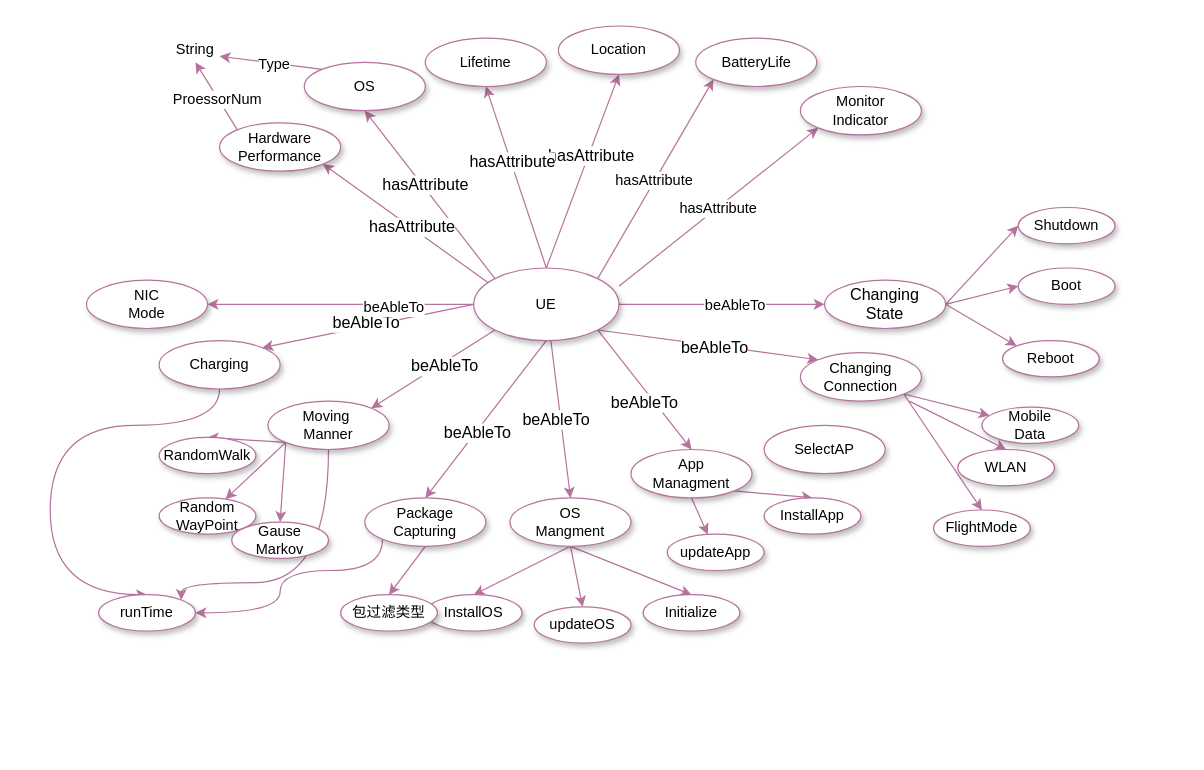
The draw.io diagram page "Page-3" (3 of 3) of 描述语言RDF图.drawio in Icarus1994/neutron_conf, before the edit. Source tidied: cells renumbered, new cells numbered last; positions are measured from the earlier drawing's top-left corner, leaving out a move shared by most shapes. Both pictures are drawn from the tidied source at 121%, with x=0, y=0 at pixel (50, 25).
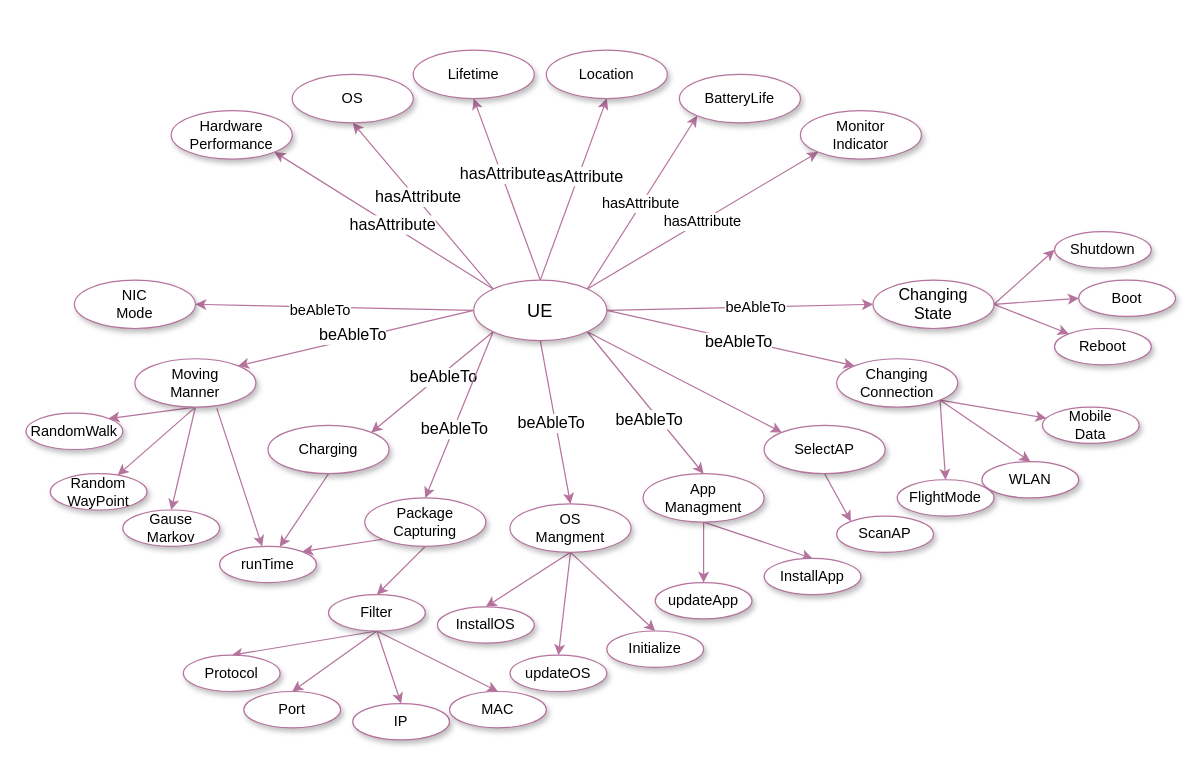
The same diagram, later.

Commit message (it also covers changes not shown here):
Update 描述语言RDF图.drawio

Unchanged cells that the change refers to:
```xml
<mxCell id="46" value="Package&lt;br&gt;Capturing" style="ellipse;whiteSpace=wrap;html=1;align=center;shadow=1;fillColor=#FFFFFF;strokeColor=#B5739D;" parent="1" vertex="1">
  <mxGeometry x="260" y="390" width="100" height="40" as="geometry" />
</mxCell>
<mxCell id="83" value="SelectAP" style="ellipse;whiteSpace=wrap;html=1;align=center;shadow=1;fillColor=#FFFFFF;strokeColor=#B5739D;" parent="1" vertex="1">
  <mxGeometry x="590" y="330" width="100" height="40" as="geometry" />
</mxCell>
```

Change to the diagram source:
```diff
@@
-    <mxCell id="2" style="rounded=0;jettySize=auto;html=1;exitX=1;exitY=0.25;exitDx=0;exitDy=0;entryX=0;entryY=1;entryDx=0;entryDy=0;strokeColor=#B5739D;exitPerimeter=0;" parent="1" edge="1" source="30" target="37">
+    <mxCell id="2" style="rounded=0;jettySize=auto;html=1;exitX=1;exitY=0;exitDx=0;exitDy=0;entryX=0;entryY=1;entryDx=0;entryDy=0;strokeColor=#B5739D;" parent="1" edge="1" source="30" target="37">
       <mxGeometry relative="1" as="geometry" />
     </mxCell>
@@
-    <mxCell id="12" style="edgeStyle=none;rounded=0;jettySize=auto;html=1;exitX=0.098;exitY=0.199;exitDx=0;exitDy=0;entryX=1;entryY=1;entryDx=0;entryDy=0;strokeColor=#B5739D;exitPerimeter=0;" parent="1" edge="1" source="30" target="33">
+    <mxCell id="12" style="edgeStyle=none;rounded=0;jettySize=auto;html=1;exitX=0;exitY=0;exitDx=0;exitDy=0;entryX=1;entryY=1;entryDx=0;entryDy=0;strokeColor=#B5739D;" parent="1" edge="1" source="30" target="33">
       <mxGeometry relative="1" as="geometry" />
     </mxCell>
@@
-    <mxCell id="14" style="edgeStyle=none;rounded=0;jettySize=auto;html=1;entryX=0.5;entryY=0;entryDx=0;entryDy=0;strokeColor=#B5739D;" parent="1" edge="1" source="30" target="58">
+    <mxCell id="14" style="edgeStyle=none;rounded=0;jettySize=auto;html=1;entryX=0.5;entryY=0;entryDx=0;entryDy=0;strokeColor=#B5739D;exitX=0.5;exitY=1;exitDx=0;exitDy=0;" parent="1" edge="1" source="30" target="58">
       <mxGeometry relative="1" as="geometry" />
     </mxCell>
@@
-    <mxCell id="22" style="edgeStyle=none;rounded=0;jettySize=auto;html=1;exitX=1;exitY=1;exitDx=0;exitDy=0;entryX=0;entryY=0;entryDx=0;entryDy=0;strokeColor=#B5739D;" parent="1" edge="1" source="30" target="62">
+    <mxCell id="22" style="edgeStyle=none;rounded=0;jettySize=auto;html=1;exitX=1;exitY=0.5;exitDx=0;exitDy=0;entryX=0;entryY=0;entryDx=0;entryDy=0;strokeColor=#B5739D;" parent="1" edge="1" source="30" target="62">
       <mxGeometry relative="1" as="geometry" />
     </mxCell>
@@
-    <mxCell id="24" style="edgeStyle=none;rounded=0;jettySize=auto;html=1;entryX=0.5;entryY=0;entryDx=0;entryDy=0;strokeColor=#B5739D;exitX=0.5;exitY=1;exitDx=0;exitDy=0;" parent="1" edge="1" source="30" target="46">
+    <mxCell id="24" style="edgeStyle=none;rounded=0;jettySize=auto;html=1;entryX=0.5;entryY=0;entryDx=0;entryDy=0;strokeColor=#B5739D;exitX=0;exitY=1;exitDx=0;exitDy=0;" parent="1" edge="1" source="30" target="46">
       <mxGeometry relative="1" as="geometry" />
     </mxCell>
@@
-    <mxCell id="28" style="edgeStyle=none;rounded=0;jettySize=auto;html=1;exitX=1;exitY=0.5;exitDx=0;exitDy=0;entryX=1;entryY=0.5;entryDx=0;entryDy=0;strokeColor=#B5739D;" parent="1" edge="1" source="30" target="82">
+    <mxCell id="28" style="edgeStyle=none;rounded=0;jettySize=auto;html=1;exitX=0;exitY=0.5;exitDx=0;exitDy=0;entryX=1;entryY=0.5;entryDx=0;entryDy=0;strokeColor=#B5739D;" parent="1" edge="1" source="30" target="82">
       <mxGeometry relative="1" as="geometry" />
     </mxCell>
@@
+    <mxCell id="85" style="edgeStyle=none;rounded=0;jettySize=auto;html=1;exitX=1;exitY=1;exitDx=0;exitDy=0;entryX=0;entryY=0;entryDx=0;entryDy=0;strokeColor=#B5739D;" parent="1" edge="1" source="30" target="83">
+      <mxGeometry relative="1" as="geometry" />
+    </mxCell>
-    <mxCell id="30" value="UE" style="ellipse;whiteSpace=wrap;html=1;align=center;shadow=1;fillColor=#FFFFFF;strokeColor=#B5739D;" parent="1" vertex="1">
-      <mxGeometry x="350" y="200" width="120" height="60" as="geometry" />
+    <mxCell id="30" value="&lt;font style=&quot;font-size: 15px&quot;&gt;UE&lt;/font&gt;" style="ellipse;whiteSpace=wrap;html=1;align=center;shadow=1;fillColor=#FFFFFF;strokeColor=#B5739D;" parent="1" vertex="1">
+      <mxGeometry x="350" y="210" width="110" height="50" as="geometry" />
     </mxCell>
-    <mxCell id="31" style="edgeStyle=none;rounded=0;jettySize=auto;html=1;exitX=0;exitY=0;exitDx=0;exitDy=0;entryX=0.5;entryY=1;entryDx=0;entryDy=0;strokeColor=#B5739D;" parent="1" edge="1" source="33" target="79">
-      <mxGeometry relative="1" as="geometry" />
-    </mxCell>
-    <mxCell id="32" value="ProessorNum&lt;br&gt;" style="text;html=1;align=center;verticalAlign=middle;labelBackgroundColor=#ffffff;" parent="31" vertex="1">
-      <mxGeometry x="-0.05" y="1" relative="1" as="geometry" />
-    </mxCell>
     <mxCell id="33" value="Hardware&lt;br&gt;Performance" style="ellipse;whiteSpace=wrap;html=1;align=center;shadow=1;fillColor=#FFFFFF;strokeColor=#B5739D;" parent="1" vertex="1">
-      <mxGeometry x="140" y="80" width="100" height="40" as="geometry" />
+      <mxGeometry x="100" y="70" width="100" height="40" as="geometry" />
     </mxCell>
-    <mxCell id="34" style="edgeStyle=none;rounded=0;jettySize=auto;html=1;exitX=0;exitY=0;exitDx=0;exitDy=0;strokeColor=#B5739D;entryX=1;entryY=0.75;entryDx=0;entryDy=0;" parent="1" edge="1" source="36" target="79">
-      <mxGeometry relative="1" as="geometry" />
-    </mxCell>
-    <mxCell id="35" value="Type" style="text;html=1;align=center;verticalAlign=middle;labelBackgroundColor=#ffffff;" parent="34" vertex="1">
-      <mxGeometry x="-0.07" y="1" relative="1" as="geometry" />
-    </mxCell>
     <mxCell id="36" value="OS" style="ellipse;whiteSpace=wrap;html=1;align=center;shadow=1;fillColor=#FFFFFF;strokeColor=#B5739D;" parent="1" vertex="1">
-      <mxGeometry x="210" y="30" width="100" height="40" as="geometry" />
+      <mxGeometry x="200" y="40" width="100" height="40" as="geometry" />
     </mxCell>
     <mxCell id="37" value="Monitor&lt;br&gt;Indicator" style="ellipse;whiteSpace=wrap;html=1;align=center;shadow=1;fillColor=#FFFFFF;strokeColor=#B5739D;" parent="1" vertex="1">
-      <mxGeometry x="620" y="50" width="100" height="40" as="geometry" />
+      <mxGeometry x="620" y="70" width="100" height="40" as="geometry" />
     </mxCell>
-    <mxCell id="38" style="edgeStyle=none;rounded=0;jettySize=auto;html=1;exitX=0;exitY=1;exitDx=0;exitDy=0;entryX=0.5;entryY=0;entryDx=0;entryDy=0;strokeColor=#B5739D;" parent="1" edge="1" source="42" target="75">
+    <mxCell id="38" style="edgeStyle=none;rounded=0;jettySize=auto;html=1;exitX=0.5;exitY=1;exitDx=0;exitDy=0;entryX=1;entryY=0;entryDx=0;entryDy=0;strokeColor=#B5739D;" parent="1" edge="1" source="64" target="75">
       <mxGeometry relative="1" as="geometry" />
     </mxCell>
-    <mxCell id="39" style="edgeStyle=none;rounded=0;jettySize=auto;html=1;exitX=0;exitY=1;exitDx=0;exitDy=0;strokeColor=#B5739D;" parent="1" edge="1" source="42" target="76">
+    <mxCell id="39" style="edgeStyle=none;rounded=0;jettySize=auto;html=1;exitX=0.5;exitY=1;exitDx=0;exitDy=0;strokeColor=#B5739D;" parent="1" edge="1" source="64" target="76">
       <mxGeometry relative="1" as="geometry" />
     </mxCell>
-    <mxCell id="40" style="edgeStyle=none;rounded=0;jettySize=auto;html=1;exitX=0;exitY=1;exitDx=0;exitDy=0;entryX=0.5;entryY=0;entryDx=0;entryDy=0;strokeColor=#B5739D;" parent="1" edge="1" source="42" target="77">
+    <mxCell id="40" style="edgeStyle=none;rounded=0;jettySize=auto;html=1;exitX=0.5;exitY=1;exitDx=0;exitDy=0;entryX=0.5;entryY=0;entryDx=0;entryDy=0;strokeColor=#B5739D;" parent="1" edge="1" source="64" target="77">
       <mxGeometry relative="1" as="geometry" />
     </mxCell>
-    <mxCell id="41" style="edgeStyle=orthogonalEdgeStyle;curved=1;rounded=0;jettySize=auto;html=1;exitX=0.5;exitY=1;exitDx=0;exitDy=0;entryX=1;entryY=0;entryDx=0;entryDy=0;strokeColor=#B5739D;" parent="1" edge="1" source="42" target="81">
-      <mxGeometry relative="1" as="geometry">
-        <Array as="points">
-          <mxPoint x="230" y="460" />
-          <mxPoint x="108" y="460" />
-        </Array>
-      </mxGeometry>
+    <mxCell id="41" style="edgeStyle=none;rounded=0;jettySize=auto;html=1;exitX=0.5;exitY=1;exitDx=0;exitDy=0;strokeColor=#B5739D;" parent="1" edge="1" source="42" target="81">
+      <mxGeometry relative="1" as="geometry" />
     </mxCell>
-    <mxCell id="42" value="Moving&amp;nbsp;&lt;br&gt;Manner" style="ellipse;whiteSpace=wrap;html=1;align=center;shadow=1;fillColor=#FFFFFF;strokeColor=#B5739D;" parent="1" vertex="1">
-      <mxGeometry x="180" y="310" width="100" height="40" as="geometry" />
+    <mxCell id="42" value="Charging" style="ellipse;whiteSpace=wrap;html=1;align=center;shadow=1;fillColor=#FFFFFF;strokeColor=#B5739D;" parent="1" vertex="1">
+      <mxGeometry x="180" y="330" width="100" height="40" as="geometry" />
     </mxCell>
     <mxCell id="43" value="Location" style="ellipse;whiteSpace=wrap;html=1;align=center;shadow=1;fillColor=#FFFFFF;strokeColor=#B5739D;" parent="1" vertex="1">
-      <mxGeometry x="420" width="100" height="40" as="geometry" />
+      <mxGeometry x="410" y="20" width="100" height="40" as="geometry" />
     </mxCell>
+    <mxCell id="45" style="edgeStyle=none;rounded=0;jettySize=auto;html=1;exitX=0.5;exitY=1;exitDx=0;exitDy=0;entryX=0.5;entryY=0;entryDx=0;entryDy=0;strokeColor=#B5739D;" parent="1" edge="1" source="46" target="78">
+      <mxGeometry relative="1" as="geometry" />
+    </mxCell>
-    <mxCell id="44" style="edgeStyle=orthogonalEdgeStyle;curved=1;rounded=0;jettySize=auto;html=1;exitX=0;exitY=1;exitDx=0;exitDy=0;entryX=1;entryY=0.5;entryDx=0;entryDy=0;strokeColor=#B5739D;" parent="1" edge="1" source="46" target="81">
-      <mxGeometry relative="1" as="geometry">
-        <Array as="points">
-          <mxPoint x="275" y="450" />
-          <mxPoint x="190" y="450" />
-          <mxPoint x="190" y="485" />
-        </Array>
-      </mxGeometry>
+    <mxCell id="44" style="edgeStyle=none;rounded=0;jettySize=auto;html=1;exitX=0;exitY=1;exitDx=0;exitDy=0;entryX=1;entryY=0;entryDx=0;entryDy=0;strokeColor=#B5739D;" parent="1" edge="1" source="46" target="81">
+      <mxGeometry relative="1" as="geometry" />
     </mxCell>
-    <mxCell id="45" style="edgeStyle=none;rounded=0;jettySize=auto;html=1;exitX=0.5;exitY=1;exitDx=0;exitDy=0;entryX=0.5;entryY=0;entryDx=0;entryDy=0;strokeColor=#B5739D;" parent="1" edge="1" source="46" target="78">
-      <mxGeometry relative="1" as="geometry" />
-    </mxCell>
@@
     <mxCell id="50" value="&lt;span style=&quot;font-size: 13.3333px&quot;&gt;Changing&lt;/span&gt;&lt;br style=&quot;font-size: 13.3333px&quot;&gt;&lt;span style=&quot;font-size: 13.3333px&quot;&gt;State&lt;/span&gt;" style="ellipse;whiteSpace=wrap;html=1;align=center;shadow=1;fillColor=#FFFFFF;strokeColor=#B5739D;" parent="1" vertex="1">
-      <mxGeometry x="640" y="210" width="100" height="40" as="geometry" />
+      <mxGeometry x="680" y="210" width="100" height="40" as="geometry" />
     </mxCell>
     <mxCell id="51" value="BatteryLife" style="ellipse;whiteSpace=wrap;html=1;align=center;shadow=1;fillColor=#FFFFFF;strokeColor=#B5739D;" parent="1" vertex="1">
-      <mxGeometry x="533.5" y="10" width="100" height="40" as="geometry" />
+      <mxGeometry x="520" y="40" width="100" height="40" as="geometry" />
     </mxCell>
@@
-    <mxCell id="53" style="edgeStyle=none;rounded=0;jettySize=auto;html=1;exitX=1;exitY=1;exitDx=0;exitDy=0;entryX=0.5;entryY=0;entryDx=0;entryDy=0;strokeColor=#B5739D;" parent="1" edge="1" source="54" target="71">
+    <mxCell id="53" style="edgeStyle=none;rounded=0;jettySize=auto;html=1;exitX=0.5;exitY=1;exitDx=0;exitDy=0;entryX=0.5;entryY=0;entryDx=0;entryDy=0;strokeColor=#B5739D;" parent="1" edge="1" source="54" target="71">
       <mxGeometry relative="1" as="geometry" />
     </mxCell>
     <mxCell id="54" value="App&lt;br&gt;Managment" style="ellipse;whiteSpace=wrap;html=1;align=center;shadow=1;fillColor=#FFFFFF;strokeColor=#B5739D;" parent="1" vertex="1">
-      <mxGeometry x="480" y="350" width="100" height="40" as="geometry" />
+      <mxGeometry x="490" y="370" width="100" height="40" as="geometry" />
     </mxCell>
@@
     <mxCell id="58" value="OS&lt;br&gt;Mangment" style="ellipse;whiteSpace=wrap;html=1;align=center;shadow=1;fillColor=#FFFFFF;strokeColor=#B5739D;" parent="1" vertex="1">
-      <mxGeometry x="380" y="390" width="100" height="40" as="geometry" />
+      <mxGeometry x="380" y="395" width="100" height="40" as="geometry" />
     </mxCell>
-    <mxCell id="59" style="edgeStyle=none;rounded=0;jettySize=auto;html=1;entryX=0.5;entryY=0;entryDx=0;entryDy=0;strokeColor=#B5739D;" parent="1" edge="1" target="66">
-      <mxGeometry relative="1" as="geometry">
-        <mxPoint x="710" y="310" as="sourcePoint" />
-      </mxGeometry>
+    <mxCell id="59" style="edgeStyle=none;rounded=0;jettySize=auto;html=1;entryX=0.5;entryY=0;entryDx=0;entryDy=0;strokeColor=#B5739D;exitX=1;exitY=1;exitDx=0;exitDy=0;" parent="1" edge="1" source="62" target="66">
+      <mxGeometry relative="1" as="geometry" />
     </mxCell>
@@
     <mxCell id="62" value="Changing&lt;br&gt;Connection" style="ellipse;whiteSpace=wrap;html=1;align=center;shadow=1;fillColor=#FFFFFF;strokeColor=#B5739D;" parent="1" vertex="1">
-      <mxGeometry x="620" y="270" width="100" height="40" as="geometry" />
+      <mxGeometry x="650" y="275" width="100" height="40" as="geometry" />
     </mxCell>
-    <mxCell id="63" style="edgeStyle=orthogonalEdgeStyle;rounded=0;jettySize=auto;html=1;exitX=0.5;exitY=1;exitDx=0;exitDy=0;entryX=0.5;entryY=0;entryDx=0;entryDy=0;strokeColor=#B5739D;curved=1;" parent="1" edge="1" source="64" target="81">
-      <mxGeometry relative="1" as="geometry">
-        <Array as="points">
-          <mxPoint x="140" y="330" />
-          <mxPoint y="330" />
-          <mxPoint y="470" />
-        </Array>
-      </mxGeometry>
+    <mxCell id="63" style="edgeStyle=none;rounded=0;jettySize=auto;html=1;exitX=0.677;exitY=1.025;exitDx=0;exitDy=0;strokeColor=#B5739D;exitPerimeter=0;" parent="1" edge="1" source="64" target="81">
+      <mxGeometry relative="1" as="geometry" />
     </mxCell>
-    <mxCell id="64" value="Charging" style="ellipse;whiteSpace=wrap;html=1;align=center;shadow=1;fillColor=#FFFFFF;strokeColor=#B5739D;" parent="1" vertex="1">
-      <mxGeometry x="90" y="260" width="100" height="40" as="geometry" />
+    <mxCell id="64" value="Moving&lt;br&gt;Manner" style="ellipse;whiteSpace=wrap;html=1;align=center;shadow=1;fillColor=#FFFFFF;strokeColor=#B5739D;" parent="1" vertex="1">
+      <mxGeometry x="70" y="275" width="100" height="40" as="geometry" />
     </mxCell>
     <mxCell id="65" value="Lifetime" style="ellipse;whiteSpace=wrap;html=1;align=center;shadow=1;fillColor=#FFFFFF;strokeColor=#B5739D;" parent="1" vertex="1">
-      <mxGeometry x="310" y="10" width="100" height="40" as="geometry" />
+      <mxGeometry x="300" y="20" width="100" height="40" as="geometry" />
     </mxCell>
     <mxCell id="66" value="WLAN" style="ellipse;whiteSpace=wrap;html=1;align=center;shadow=1;fillColor=#FFFFFF;strokeColor=#B5739D;" parent="1" vertex="1">
-      <mxGeometry x="750" y="350" width="80" height="30" as="geometry" />
+      <mxGeometry x="770" y="360" width="80" height="30" as="geometry" />
     </mxCell>
     <mxCell id="67" value="Mobile&lt;br&gt;Data" style="ellipse;whiteSpace=wrap;html=1;align=center;shadow=1;fillColor=#FFFFFF;strokeColor=#B5739D;" parent="1" vertex="1">
-      <mxGeometry x="770" y="315" width="80" height="30" as="geometry" />
+      <mxGeometry x="820" y="315" width="80" height="30" as="geometry" />
     </mxCell>
     <mxCell id="68" value="Boot" style="ellipse;whiteSpace=wrap;html=1;align=center;shadow=1;fillColor=#FFFFFF;strokeColor=#B5739D;" parent="1" vertex="1">
-      <mxGeometry x="800" y="200" width="80" height="30" as="geometry" />
+      <mxGeometry x="850" y="210" width="80" height="30" as="geometry" />
     </mxCell>
     <mxCell id="69" value="Reboot" style="ellipse;whiteSpace=wrap;html=1;align=center;shadow=1;fillColor=#FFFFFF;strokeColor=#B5739D;" parent="1" vertex="1">
-      <mxGeometry x="787" y="260" width="80" height="30" as="geometry" />
+      <mxGeometry x="830" y="250" width="80" height="30" as="geometry" />
     </mxCell>
     <mxCell id="70" value="Shutdown" style="ellipse;whiteSpace=wrap;html=1;align=center;shadow=1;fillColor=#FFFFFF;strokeColor=#B5739D;" parent="1" vertex="1">
-      <mxGeometry x="800" y="150" width="80" height="30" as="geometry" />
+      <mxGeometry x="830" y="170" width="80" height="30" as="geometry" />
     </mxCell>
     <mxCell id="71" value="InstallApp" style="ellipse;whiteSpace=wrap;html=1;align=center;shadow=1;fillColor=#FFFFFF;strokeColor=#B5739D;" parent="1" vertex="1">
-      <mxGeometry x="590" y="390" width="80" height="30" as="geometry" />
+      <mxGeometry x="590" y="440" width="80" height="30" as="geometry" />
     </mxCell>
     <mxCell id="72" value="updateApp" style="ellipse;whiteSpace=wrap;html=1;align=center;shadow=1;fillColor=#FFFFFF;strokeColor=#B5739D;" parent="1" vertex="1">
-      <mxGeometry x="510" y="420" width="80" height="30" as="geometry" />
+      <mxGeometry x="500" y="460" width="80" height="30" as="geometry" />
     </mxCell>
     <mxCell id="73" value="InstallOS" style="ellipse;whiteSpace=wrap;html=1;align=center;shadow=1;fillColor=#FFFFFF;strokeColor=#B5739D;" parent="1" vertex="1">
-      <mxGeometry x="310" y="470" width="80" height="30" as="geometry" />
+      <mxGeometry x="320" y="480" width="80" height="30" as="geometry" />
     </mxCell>
     <mxCell id="74" value="updateOS" style="ellipse;whiteSpace=wrap;html=1;align=center;shadow=1;fillColor=#FFFFFF;strokeColor=#B5739D;" parent="1" vertex="1">
-      <mxGeometry x="400" y="480" width="80" height="30" as="geometry" />
+      <mxGeometry x="380" y="520" width="80" height="30" as="geometry" />
     </mxCell>
     <mxCell id="75" value="RandomWalk" style="ellipse;whiteSpace=wrap;html=1;align=center;shadow=1;fillColor=#FFFFFF;strokeColor=#B5739D;" parent="1" vertex="1">
-      <mxGeometry x="90" y="340" width="80" height="30" as="geometry" />
+      <mxGeometry x="-20" y="320" width="80" height="30" as="geometry" />
     </mxCell>
     <mxCell id="76" value="Random&lt;br&gt;WayPoint" style="ellipse;whiteSpace=wrap;html=1;align=center;shadow=1;fillColor=#FFFFFF;strokeColor=#B5739D;" parent="1" vertex="1">
-      <mxGeometry x="90" y="390" width="80" height="30" as="geometry" />
+      <mxGeometry y="370" width="80" height="30" as="geometry" />
     </mxCell>
     <mxCell id="77" value="Gause&lt;br&gt;Markov" style="ellipse;whiteSpace=wrap;html=1;align=center;shadow=1;fillColor=#FFFFFF;strokeColor=#B5739D;" parent="1" vertex="1">
-      <mxGeometry x="150" y="410" width="80" height="30" as="geometry" />
+      <mxGeometry x="60" y="400" width="80" height="30" as="geometry" />
     </mxCell>
+    <mxCell id="86" style="edgeStyle=none;rounded=0;jettySize=auto;html=1;exitX=0.5;exitY=1;exitDx=0;exitDy=0;entryX=0.5;entryY=0;entryDx=0;entryDy=0;strokeColor=#B5739D;" parent="1" edge="1" source="78" target="91">
+      <mxGeometry relative="1" as="geometry" />
+    </mxCell>
+    <mxCell id="87" style="edgeStyle=none;rounded=0;jettySize=auto;html=1;entryX=0.5;entryY=0;entryDx=0;entryDy=0;strokeColor=#B5739D;exitX=0.5;exitY=1;exitDx=0;exitDy=0;" parent="1" edge="1" source="78" target="94">
+      <mxGeometry relative="1" as="geometry" />
+    </mxCell>
+    <mxCell id="88" style="edgeStyle=none;rounded=0;jettySize=auto;html=1;entryX=0.5;entryY=0;entryDx=0;entryDy=0;strokeColor=#B5739D;exitX=0.5;exitY=1;exitDx=0;exitDy=0;" parent="1" edge="1" source="78" target="92">
+      <mxGeometry relative="1" as="geometry" />
+    </mxCell>
+    <mxCell id="89" style="edgeStyle=none;rounded=0;jettySize=auto;html=1;exitX=0.5;exitY=1;exitDx=0;exitDy=0;entryX=0.5;entryY=0;entryDx=0;entryDy=0;strokeColor=#B5739D;" parent="1" edge="1" source="78" target="93">
+      <mxGeometry relative="1" as="geometry" />
+    </mxCell>
-    <mxCell id="78" value="包过滤类型" style="ellipse;whiteSpace=wrap;html=1;align=center;shadow=1;fillColor=#FFFFFF;strokeColor=#B5739D;" parent="1" vertex="1">
-      <mxGeometry x="240" y="470" width="80" height="30" as="geometry" />
+    <mxCell id="78" value="Filter" style="ellipse;whiteSpace=wrap;html=1;align=center;shadow=1;fillColor=#FFFFFF;strokeColor=#B5739D;" parent="1" vertex="1">
+      <mxGeometry x="230" y="470" width="80" height="30" as="geometry" />
     </mxCell>
-    <mxCell id="79" value="String" style="text;html=1;strokeColor=none;fillColor=none;align=center;verticalAlign=middle;whiteSpace=wrap;rounded=0;" parent="1" vertex="1">
-      <mxGeometry x="100" y="10" width="40" height="20" as="geometry" />
-    </mxCell>
     <mxCell id="80" value="Initialize" style="ellipse;whiteSpace=wrap;html=1;align=center;shadow=1;fillColor=#FFFFFF;strokeColor=#B5739D;" parent="1" vertex="1">
-      <mxGeometry x="490" y="470" width="80" height="30" as="geometry" />
+      <mxGeometry x="460" y="500" width="80" height="30" as="geometry" />
     </mxCell>
     <mxCell id="81" value="runTime" style="ellipse;whiteSpace=wrap;html=1;align=center;shadow=1;fillColor=#FFFFFF;strokeColor=#B5739D;" parent="1" vertex="1">
-      <mxGeometry x="40" y="470" width="80" height="30" as="geometry" />
+      <mxGeometry x="140" y="430" width="80" height="30" as="geometry" />
     </mxCell>
     <mxCell id="82" value="NIC&lt;br&gt;Mode" style="ellipse;whiteSpace=wrap;html=1;align=center;shadow=1;fillColor=#FFFFFF;strokeColor=#B5739D;" parent="1" vertex="1">
-      <mxGeometry x="30" y="210" width="100" height="40" as="geometry" />
+      <mxGeometry x="20" y="210" width="100" height="40" as="geometry" />
     </mxCell>
+    <mxCell id="90" style="edgeStyle=none;rounded=0;jettySize=auto;html=1;exitX=0.5;exitY=1;exitDx=0;exitDy=0;entryX=0;entryY=0;entryDx=0;entryDy=0;strokeColor=#B5739D;" parent="1" edge="1" source="83" target="96">
+      <mxGeometry relative="1" as="geometry" />
+    </mxCell>
@@
     <mxCell id="84" value="FlightMode" style="ellipse;whiteSpace=wrap;html=1;align=center;shadow=1;fillColor=#FFFFFF;strokeColor=#B5739D;" parent="1" vertex="1">
-      <mxGeometry x="730" y="400" width="80" height="30" as="geometry" />
+      <mxGeometry x="700" y="375" width="80" height="30" as="geometry" />
     </mxCell>
+    <mxCell id="91" value="Protocol" style="ellipse;whiteSpace=wrap;html=1;align=center;shadow=1;fillColor=#FFFFFF;strokeColor=#B5739D;" parent="1" vertex="1">
+      <mxGeometry x="110" y="520" width="80" height="30" as="geometry" />
+    </mxCell>
+    <mxCell id="92" value="IP" style="ellipse;whiteSpace=wrap;html=1;align=center;shadow=1;fillColor=#FFFFFF;strokeColor=#B5739D;" parent="1" vertex="1">
+      <mxGeometry x="250" y="560" width="80" height="30" as="geometry" />
+    </mxCell>
+    <mxCell id="93" value="MAC" style="ellipse;whiteSpace=wrap;html=1;align=center;shadow=1;fillColor=#FFFFFF;strokeColor=#B5739D;" parent="1" vertex="1">
+      <mxGeometry x="330" y="550" width="80" height="30" as="geometry" />
+    </mxCell>
+    <mxCell id="94" value="Port" style="ellipse;whiteSpace=wrap;html=1;align=center;shadow=1;fillColor=#FFFFFF;strokeColor=#B5739D;" parent="1" vertex="1">
+      <mxGeometry x="160" y="550" width="80" height="30" as="geometry" />
+    </mxCell>
+    <mxCell id="95" style="edgeStyle=none;rounded=0;orthogonalLoop=1;jettySize=auto;html=1;exitX=0.5;exitY=1;exitDx=0;exitDy=0;strokeColor=#B5739D;" parent="1" edge="1" source="69" target="69">
+      <mxGeometry relative="1" as="geometry" />
+    </mxCell>
+    <mxCell id="96" value="ScanAP" style="ellipse;whiteSpace=wrap;html=1;align=center;shadow=1;fillColor=#FFFFFF;strokeColor=#B5739D;" parent="1" vertex="1">
+      <mxGeometry x="650" y="405" width="80" height="30" as="geometry" />
+    </mxCell>
```
